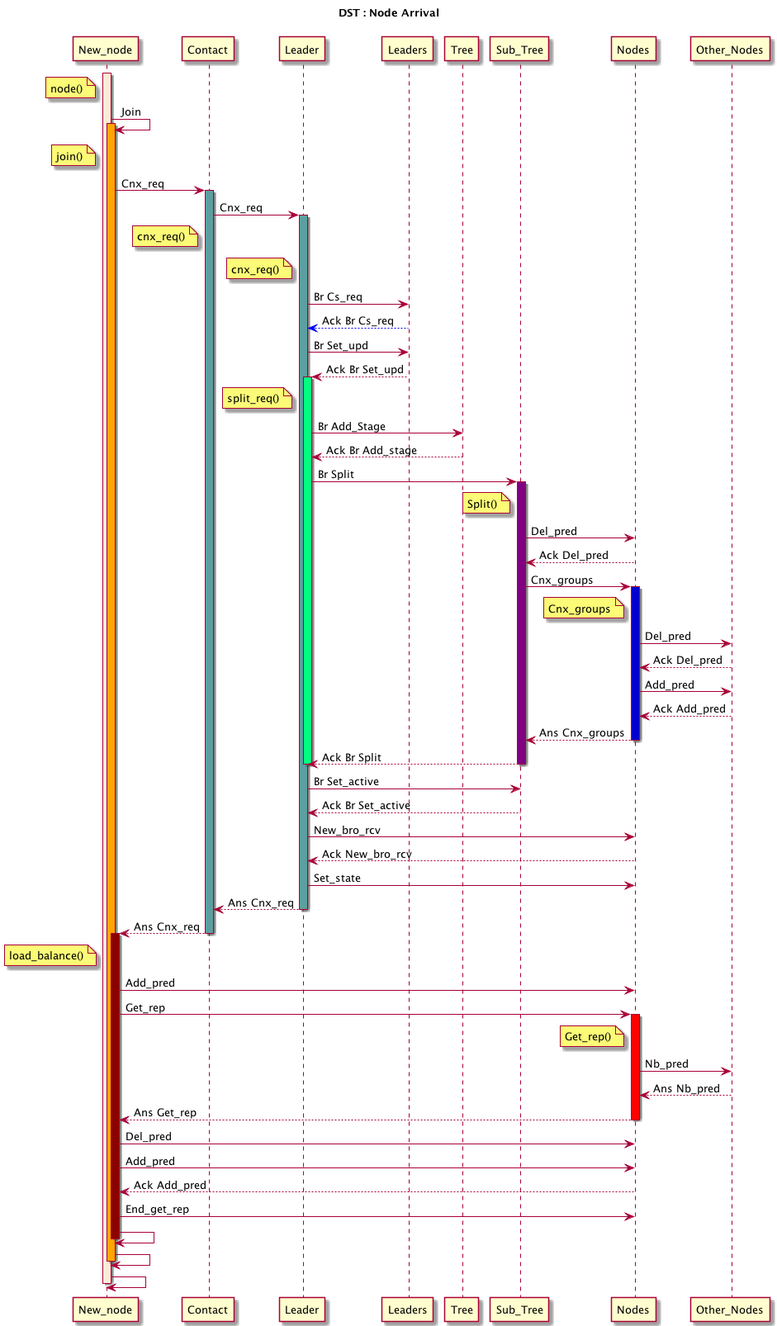
Before: doc/UML/DST_Arrival.png, a diagram exported from PlantUML (tof25/DST).
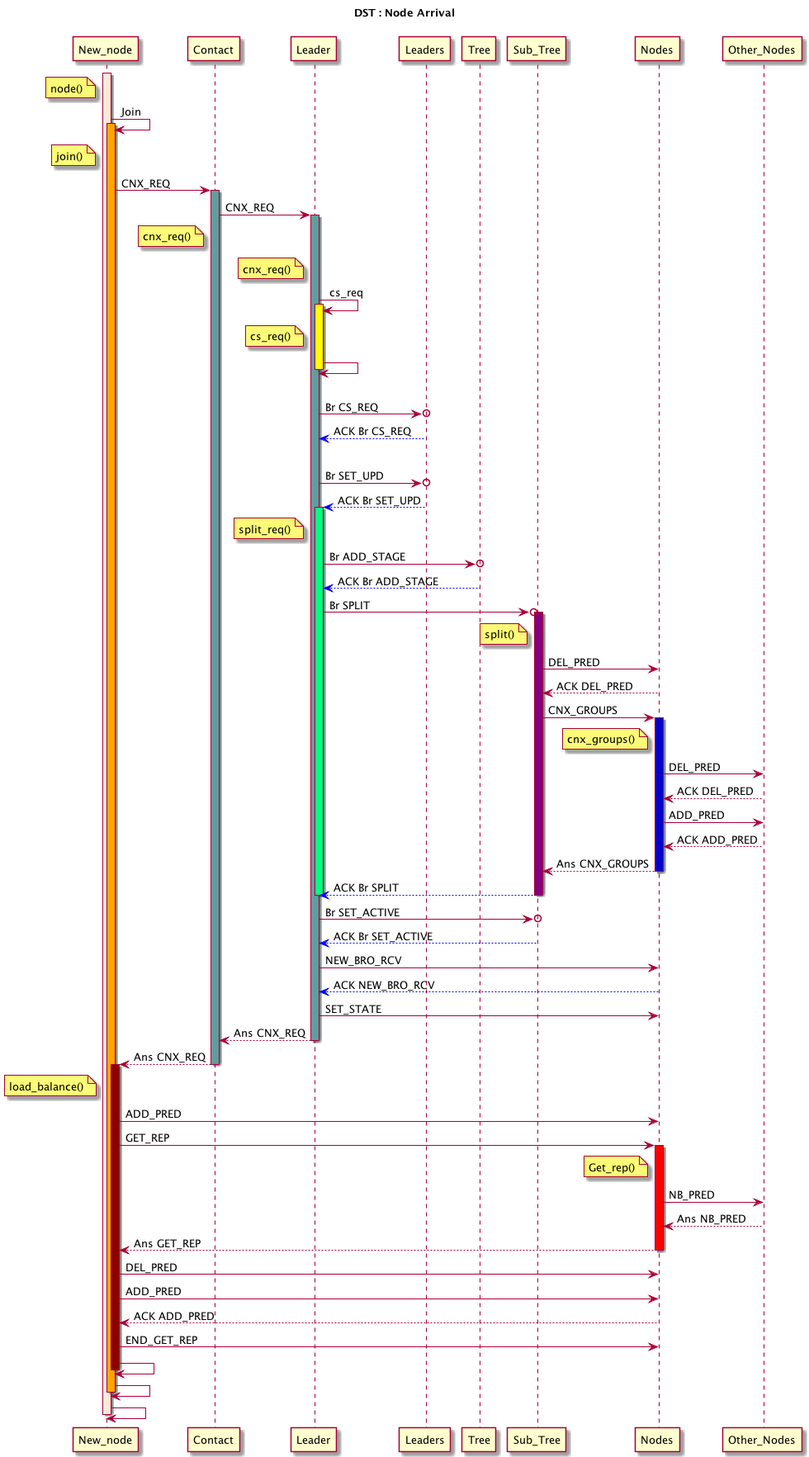
After the commit.

The edit, as a diff of the source:
```diff
@@ -6,73 +6,79 @@
 New_node -> New_node: Join
 activate New_node #Orange
 note left of New_node: join()
-New_node -> Contact: Cnx_req
+New_node -> Contact: CNX_REQ
 
 activate Contact #CadetBlue
-Contact -> Leader: Cnx_req
+Contact -> Leader: CNX_REQ
 note left of Contact: cnx_req()
 
 activate Leader #CadetBlue
 note left of Leader: cnx_req()
-Leader -> Leaders: Br Cs_req
-Leaders -[#0000FF]-> Leader: Ack Br Cs_req
-
-Leader -> Leaders: Br Set_upd
-Leaders --> Leader: Ack Br Set_upd
+Leader -> Leader: cs_req
+activate Leader #Yellow
+note left of Leader: cs_req()
+Leader -> Leader
+deactivate Leader
+|||
+Leader ->o Leaders: Br CS_REQ
+Leaders -[#0000FF]-> Leader: ACK Br CS_REQ
+|||
+Leader ->o Leaders: Br SET_UPD
+Leaders -[#0000FF]-> Leader: ACK Br SET_UPD
 
 activate Leader #SpringGreen
 note left of Leader: split_req()
-Leader -> Tree: Br Add_Stage
-Tree --> Leader: Ack Br Add_stage
-Leader -> Sub_Tree: Br Split
+Leader ->o Tree: Br ADD_STAGE
+Tree -[#0000FF]-> Leader: ACK Br ADD_STAGE
+Leader ->o Sub_Tree: Br SPLIT
 
 activate Sub_Tree #Purple
-note left of Sub_Tree: Split()
-Sub_Tree -> Nodes: Del_pred
-Nodes --> Sub_Tree: Ack Del_pred
-Sub_Tree -> Nodes: Cnx_groups
+note left of Sub_Tree: split()
+Sub_Tree -> Nodes: DEL_PRED
+Nodes --> Sub_Tree: ACK DEL_PRED
+Sub_Tree -> Nodes: CNX_GROUPS
 
 activate Nodes #MediumBlue
-note left of Nodes: Cnx_groups
-Nodes -> Other_Nodes: Del_pred
-Other_Nodes --> Nodes: Ack Del_pred
-Nodes -> Other_Nodes: Add_pred
-Other_Nodes --> Nodes: Ack Add_pred
+note left of Nodes: cnx_groups()
+Nodes -> Other_Nodes: DEL_PRED
+Other_Nodes --> Nodes: ACK DEL_PRED
+Nodes -> Other_Nodes: ADD_PRED
+Other_Nodes --> Nodes: ACK ADD_PRED
 
-Nodes --> Sub_Tree: Ans Cnx_groups
+Nodes --> Sub_Tree: Ans CNX_GROUPS
 deactivate Nodes
-Sub_Tree --> Leader: Ack Br Split
+Sub_Tree -[#0000FF]-> Leader: ACK Br SPLIT
 deactivate Sub_Tree
 deactivate Leader
 
-Leader -> Sub_Tree: Br Set_active
-Sub_Tree --> Leader: Ack Br Set_active
-Leader -> Nodes: New_bro_rcv
-Nodes --> Leader: Ack New_bro_rcv
-Leader -> Nodes: Set_state
+Leader ->o Sub_Tree: Br SET_ACTIVE
+Sub_Tree -[#0000FF]-> Leader: ACK Br SET_ACTIVE
+Leader -> Nodes: NEW_BRO_RCV
+Nodes -[#0000FF]-> Leader: ACK NEW_BRO_RCV
+Leader -> Nodes: SET_STATE
 
-Leader --> Contact: Ans Cnx_req
+Leader --> Contact: Ans CNX_REQ
 deactivate Leader
 
-Contact --> New_node: Ans Cnx_req
+Contact --> New_node: Ans CNX_REQ
 deactivate Contact
 
 activate New_node #DarkRed
 note left of New_node: load_balance()
-New_node -> Nodes: Add_pred
-New_node -> Nodes: Get_rep
+New_node -> Nodes: ADD_PRED
+New_node -> Nodes: GET_REP
 
 activate Nodes #Red
 note left of Nodes: Get_rep()
-Nodes -> Other_Nodes: Nb_pred
-Other_Nodes --> Nodes: Ans Nb_pred
-Nodes --> New_node: Ans Get_rep
+Nodes -> Other_Nodes: NB_PRED
+Other_Nodes --> Nodes: Ans NB_PRED
+Nodes --> New_node: Ans GET_REP
 deactivate Nodes
 
-New_node -> Nodes: Del_pred
-New_node -> Nodes: Add_pred
-Nodes --> New_node: Ack Add_pred
-New_node -> Nodes: End_get_rep
+New_node -> Nodes: DEL_PRED
+New_node -> Nodes: ADD_PRED
+Nodes --> New_node: ACK ADD_PRED
+New_node -> Nodes: END_GET_REP
 New_node -> New_node:
 
 deactivate New_node
```
